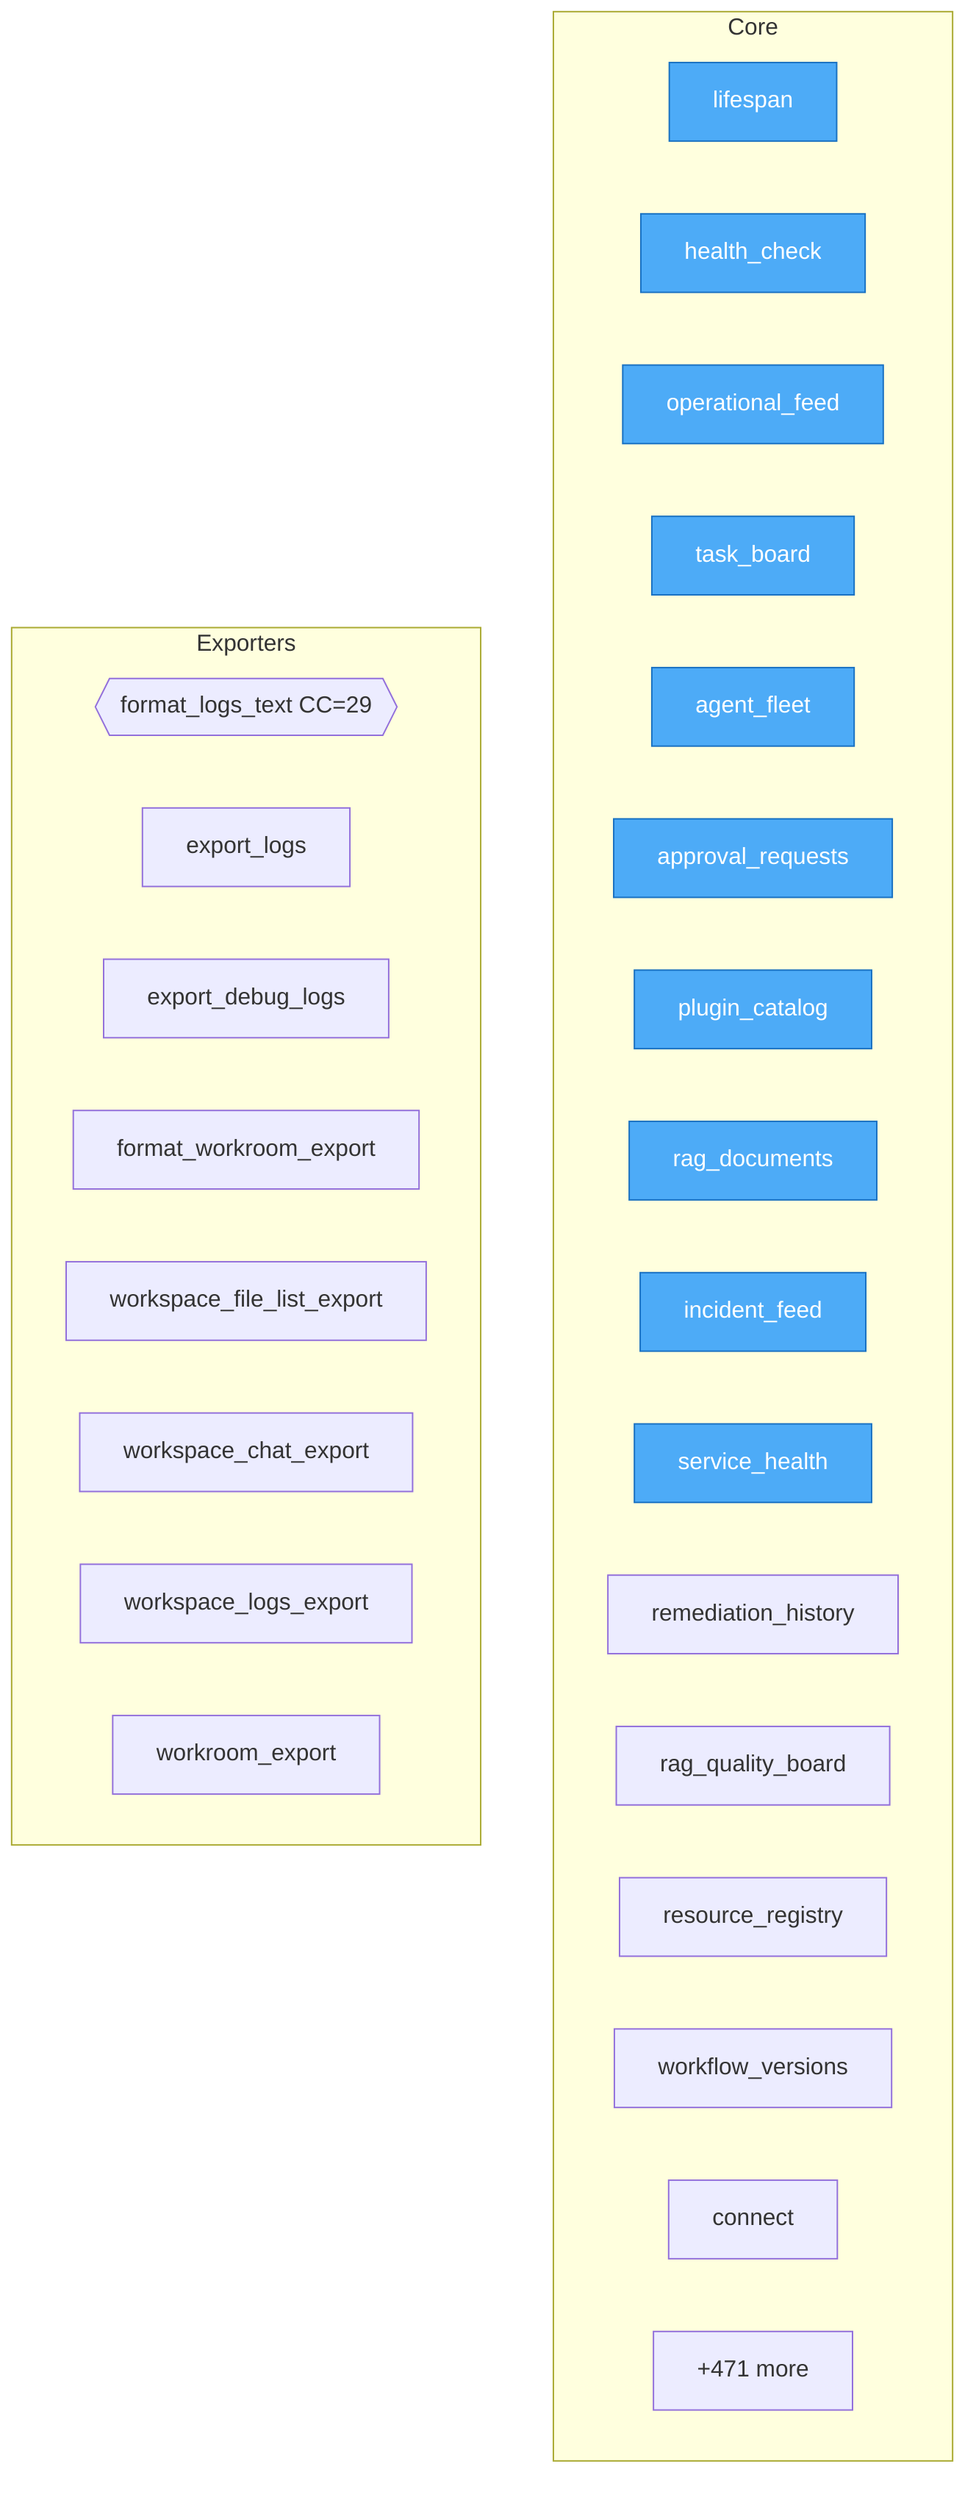
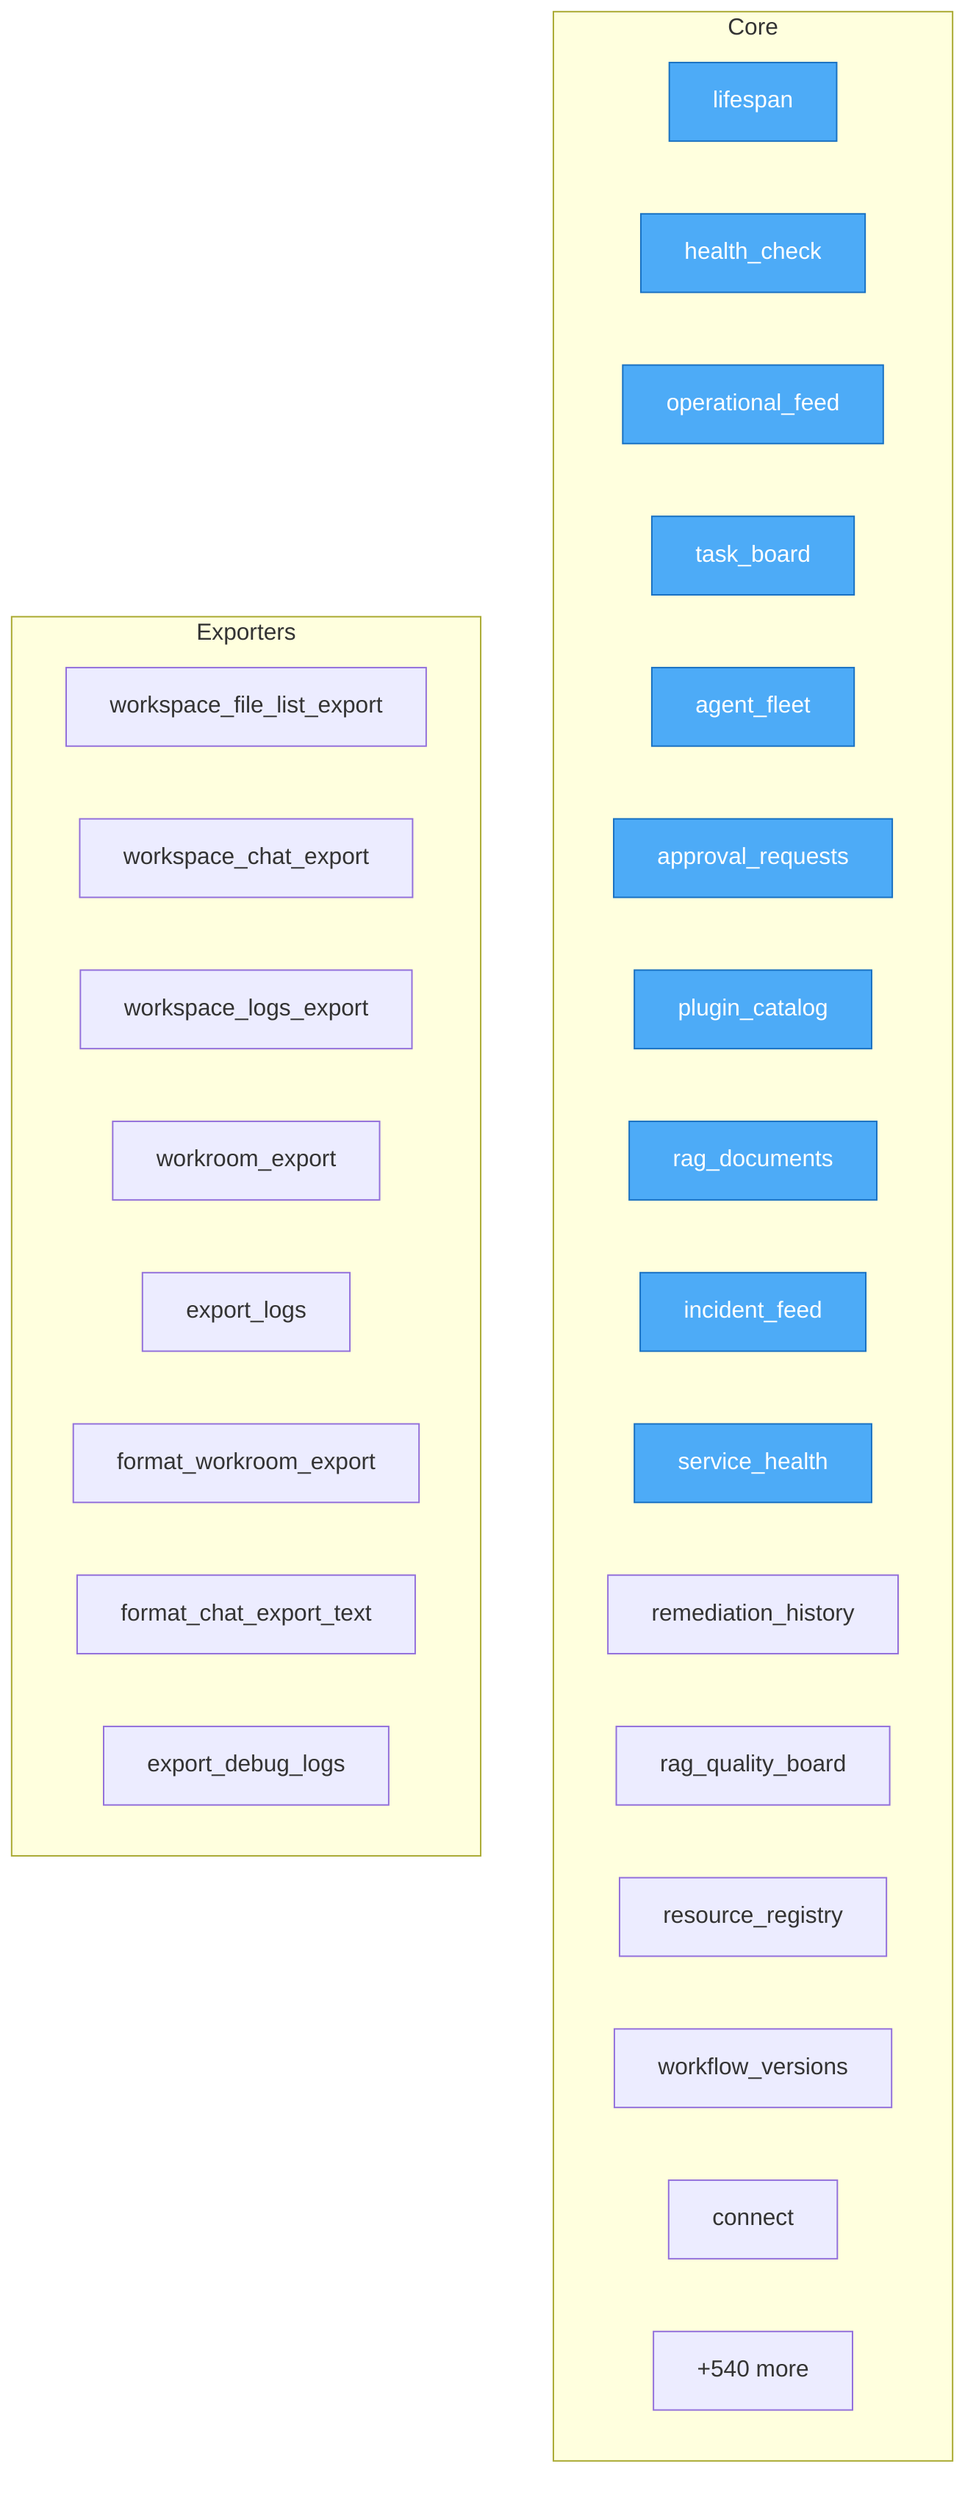
flowchart TD
%% generated in 0.02s

    %% Entry points (blue)
    classDef entry fill:#4dabf7,stroke:#1971c2,color:#fff

    subgraph Core
        services__projector__app__main__lifespan["lifespan"]
        services__projector__app__main__health_check["health_check"]
        services__projector__app__main__operational_feed["operational_feed"]
        services__projector__app__main__task_board["task_board"]
        services__projector__app__main__agent_fleet["agent_fleet"]
        services__projector__app__main__approval_requests["approval_requests"]
        services__projector__app__main__plugin_catalog["plugin_catalog"]
        services__projector__app__main__rag_documents["rag_documents"]
        services__projector__app__main__incident_feed["incident_feed"]
        services__projector__app__main__service_health["service_health"]
        services__projector__app__main__remediation_history["remediation_history"]
        services__projector__app__main__rag_quality_board["rag_quality_board"]
        services__projector__app__main__resource_registry["resource_registry"]
        services__projector__app__main__workflow_versions["workflow_versions"]
        services__projector__app__db__Database__connect["connect"]
-         ...["+471 more"]
+         ...["+540 more"]
    end

    subgraph Exporters
-         services__orchestrator__app__observability__export__format_logs_text{{format_logs_text CC=29}}
-         services__orchestrator__app__api__observability__export_logs["export_logs"]
-         services__web__app__workspace__export_debug_logs["export_debug_logs"]
-         services__web__app__agent_workroom__format_workroom_export["format_workroom_export"]
        services__web__app__api__workspace_routes__workspace_file_list_export["workspace_file_list_export"]
        services__web__app__api__workspace_routes__workspace_chat_export["workspace_chat_export"]
        services__web__app__api__workspace_routes__workspace_logs_export["workspace_logs_export"]
        services__web__app__api__workroom_routes__workroom_export["workroom_export"]
+         services__orchestrator__app__api__observability__export_logs["export_logs"]
+         services__web__app__agent_workroom__format_workroom_export["format_workroom_export"]
+         services__web__app__workspace__format_chat_export_text["format_chat_export_text"]
+         services__web__app__workspace__export_debug_logs["export_debug_logs"]
    end

    class services__projector__app__main__lifespan,services__projector__app__main__health_check,services__projector__app__main__operational_feed,services__projector__app__main__task_board,services__projector__app__main__agent_fleet,services__projector__app__main__approval_requests,services__projector__app__main__plugin_catalog,services__projector__app__main__rag_documents,services__projector__app__main__incident_feed,services__projector__app__main__service_health entry
